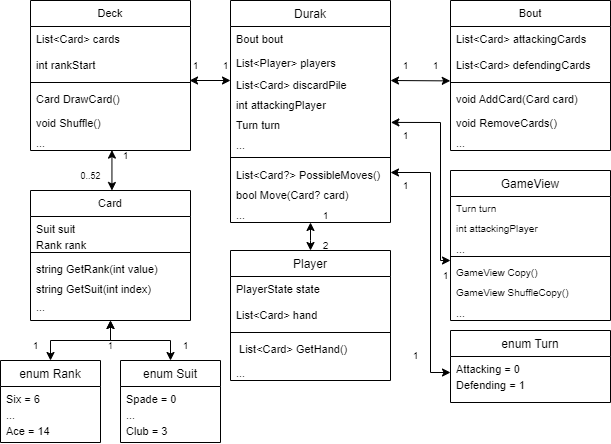
This is Thesis/img/modelUML.png from AzamatZarlykov/Durak-AI, a draw.io export, as it was before one commit. Source tidied: cells renumbered, new cells last; positions are measured from the earlier drawing's top-left corner, leaving out a move shared by most shapes.
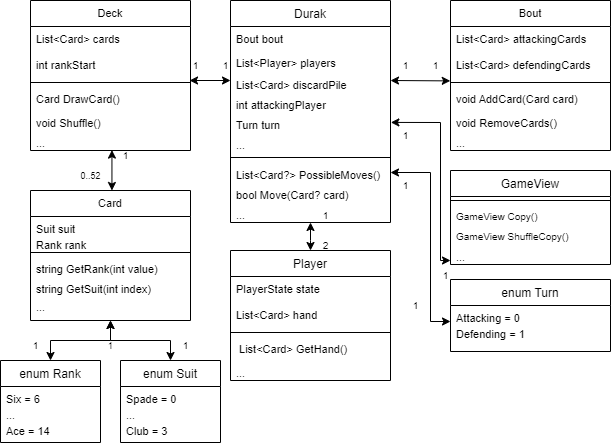
The same diagram one commit later.

Diff of the diagram source:
```diff
@@ -208,28 +208,19 @@
       <mxGeometry x="310" y="200" width="30" height="30" as="geometry" />
     </mxCell>
     <mxCell id="65" value="GameView" style="swimlane;fontStyle=0;align=center;verticalAlign=top;horizontal=1;startSize=26;rounded=0;shadow=0;strokeWidth=1;" parent="1" vertex="1">
-      <mxGeometry x="450" y="170" width="160" height="150" as="geometry" />
+      <mxGeometry x="450" y="170" width="160" height="94" as="geometry" />
     </mxCell>
-    <mxCell id="66" value="Turn turn" style="text;align=left;verticalAlign=top;spacingLeft=4;spacingRight=4;overflow=hidden;fontSize=10;" parent="65" vertex="1">
-      <mxGeometry y="26" width="160" height="20" as="geometry" />
-    </mxCell>
-    <mxCell id="67" value="int attackingPlayer" style="text;align=left;verticalAlign=top;spacingLeft=4;spacingRight=4;overflow=hidden;fontSize=10;" parent="65" vertex="1">
-      <mxGeometry y="46" width="160" height="20" as="geometry" />
-    </mxCell>
-    <mxCell id="68" value="..." style="text;align=left;verticalAlign=top;spacingLeft=4;spacingRight=4;overflow=hidden;rounded=0;shadow=0;html=0;fontSize=11;" parent="65" vertex="1">
-      <mxGeometry y="66" width="160" height="16" as="geometry" />
-    </mxCell>
     <mxCell id="69" style="line;html=1;strokeWidth=1;align=left;verticalAlign=middle;spacingTop=-1;spacingLeft=3;spacingRight=3;labelPosition=right;" parent="65" vertex="1">
-      <mxGeometry y="82" width="160" height="8" as="geometry" />
+      <mxGeometry y="26" width="160" height="8" as="geometry" />
     </mxCell>
     <mxCell id="70" value="GameView Copy()" style="text;align=left;verticalAlign=top;spacingLeft=4;spacingRight=4;overflow=hidden;fontSize=10;" parent="65" vertex="1">
-      <mxGeometry y="90" width="160" height="20" as="geometry" />
+      <mxGeometry y="34" width="160" height="20" as="geometry" />
     </mxCell>
     <mxCell id="71" value="GameView ShuffleCopy()" style="text;align=left;verticalAlign=top;spacingLeft=4;spacingRight=4;overflow=hidden;fontSize=10;" parent="65" vertex="1">
-      <mxGeometry y="110" width="160" height="20" as="geometry" />
+      <mxGeometry y="54" width="160" height="20" as="geometry" />
     </mxCell>
     <mxCell id="72" value="..." style="text;align=left;verticalAlign=top;spacingLeft=4;spacingRight=4;overflow=hidden;rounded=0;shadow=0;html=0;fontSize=11;" parent="65" vertex="1">
-      <mxGeometry y="130" width="160" height="20" as="geometry" />
+      <mxGeometry y="74" width="160" height="20" as="geometry" />
     </mxCell>
     <mxCell id="73" style="endArrow=classic;startArrow=classic;html=1;rounded=0;fontSize=11;exitX=0.012;exitY=0.064;exitDx=0;exitDy=0;exitPerimeter=0;" parent="1" edge="1" source="74">
       <mxGeometry relative="1" as="geometry">
@@ -247,7 +238,7 @@
       <mxGeometry x="430" y="260" width="30" height="30" as="geometry" />
     </mxCell>
     <mxCell id="76" value="enum Turn" style="swimlane;fontStyle=0;align=center;verticalAlign=top;horizontal=1;startSize=26;rounded=0;shadow=0;strokeWidth=1;" parent="1" vertex="1">
-      <mxGeometry x="450" y="330" width="160" height="72" as="geometry" />
+      <mxGeometry x="450" y="279" width="160" height="72" as="geometry" />
     </mxCell>
     <mxCell id="77" value="Attacking = 0" style="text;align=left;verticalAlign=top;spacingLeft=4;spacingRight=4;overflow=hidden;fontSize=11;" parent="76" vertex="1">
       <mxGeometry y="26" width="160" height="16" as="geometry" />
@@ -259,7 +250,7 @@
       <mxGeometry x="-0.09" y="-40" relative="1" as="geometry">
         <Array as="points">
           <mxPoint x="430" y="172" />
-          <mxPoint x="430" y="372" />
+          <mxPoint x="430" y="321" />
         </Array>
       </mxGeometry>
     </mxCell>
@@ -267,7 +258,7 @@
       <mxGeometry x="390" y="170" width="30" height="30" as="geometry" />
     </mxCell>
     <mxCell id="81" value="&lt;font style=&quot;font-size: 10px;&quot;&gt;1&lt;/font&gt;" style="text;html=1;align=center;verticalAlign=middle;strokeColor=none;fillColor=none;fontSize=11;" parent="1" vertex="1">
-      <mxGeometry x="400" y="340" width="30" height="30" as="geometry" />
+      <mxGeometry x="400" y="290" width="30" height="30" as="geometry" />
     </mxCell>
   </root>
 </mxGraphModel>
```
